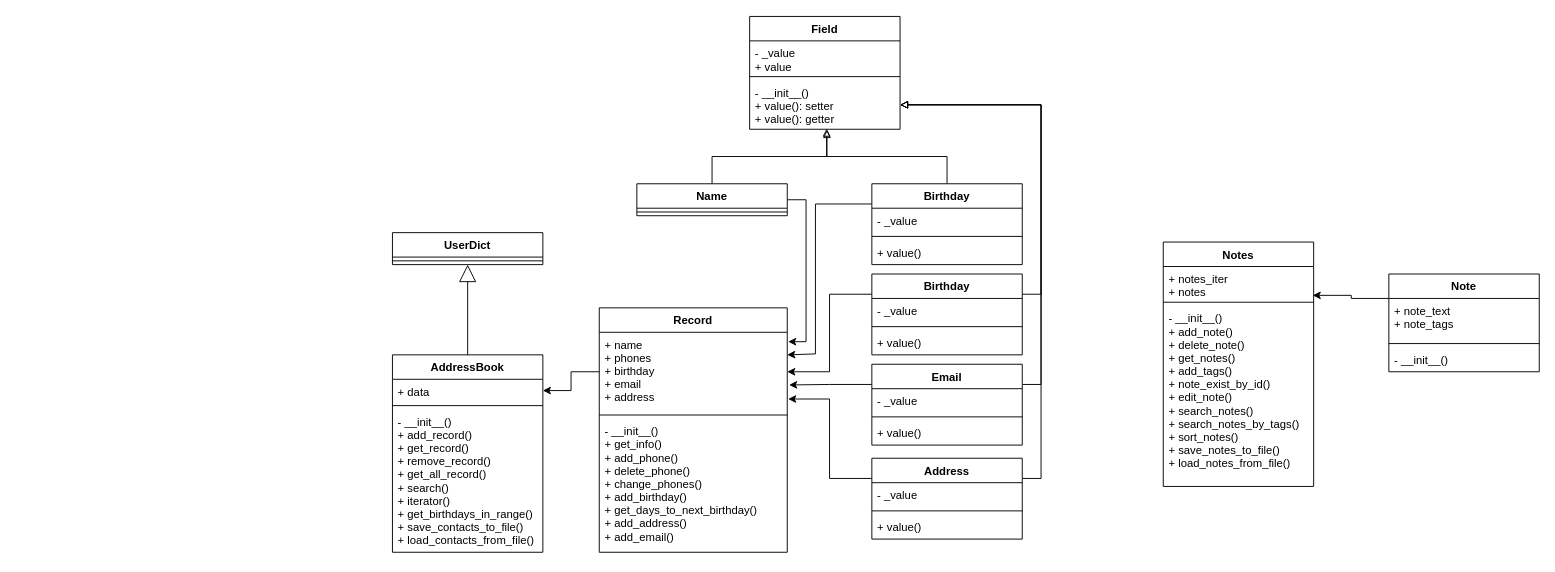
Earlier version of the draw.io diagram src/Диаграмма без названия.drawio (FyodorSh/GoIT_PyCore_Project). Source tidied: cells renumbered, new cells numbered last; positions are measured from the earlier drawing's top-left corner, leaving out a move shared by most shapes. Both pictures are drawn from the tidied source at 94%, with x=0, y=0 at pixel (392, 16).
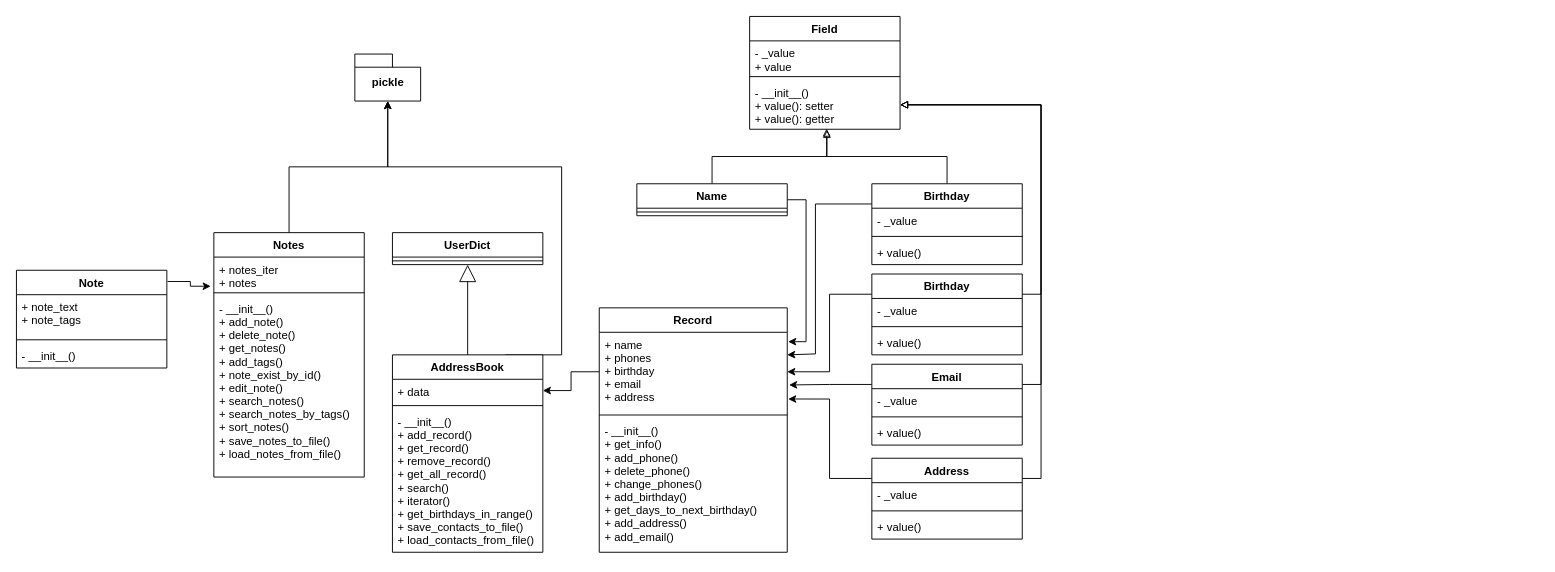
After the change.

The change refers to these unchanged cells:
```xml
<mxCell id="2" value="AddressBook" style="swimlane;fontStyle=1;align=center;verticalAlign=top;horizontal=1;startSize=26;" parent="1" vertex="1">
  <mxGeometry y="360" width="160" height="210" as="geometry" />
</mxCell>
<mxCell id="52" value="+ notes_iter&#10;+ notes" style="text;strokeColor=none;fillColor=none;align=left;verticalAlign=top;spacingLeft=4;spacingRight=4;overflow=hidden;points=[[0,0.5],[1,0.5]];portConstraint=eastwest;" parent="51" vertex="1">
  <mxGeometry y="26" width="160" height="34" as="geometry" />
</mxCell>
```

The edit, as a diff of the source:
```diff
@@
+    <mxCell id="55" style="edgeStyle=orthogonalEdgeStyle;rounded=0;jettySize=auto;html=1;exitX=0.75;exitY=0;exitDx=0;exitDy=0;entryX=0.5;entryY=1;entryDx=0;entryDy=0;entryPerimeter=0;endArrow=classic;endFill=1;" parent="1" edge="1" source="2" target="57">
+      <mxGeometry relative="1" as="geometry">
+        <Array as="points">
+          <mxPoint x="180" y="360" />
+          <mxPoint x="180" y="160" />
+          <mxPoint x="-5" y="160" />
+        </Array>
+      </mxGeometry>
+    </mxCell>
@@
-    <mxCell id="46" style="edgeStyle=orthogonalEdgeStyle;rounded=0;jettySize=auto;html=1;exitX=0;exitY=0.25;exitDx=0;exitDy=0;entryX=0.994;entryY=0.903;entryDx=0;entryDy=0;entryPerimeter=0;endArrow=classic;endFill=1;" parent="1" edge="1" source="47" target="52">
+    <mxCell id="46" style="edgeStyle=orthogonalEdgeStyle;rounded=0;jettySize=auto;html=1;exitX=1.005;exitY=0.115;exitDx=0;exitDy=0;entryX=-0.021;entryY=0.912;entryDx=0;entryDy=0;entryPerimeter=0;endArrow=classic;endFill=1;exitPerimeter=0;" parent="1" edge="1" source="47" target="52">
       <mxGeometry relative="1" as="geometry" />
     </mxCell>
     <mxCell id="47" value="Note" style="swimlane;fontStyle=1;align=center;verticalAlign=top;horizontal=1;startSize=26;" parent="1" vertex="1">
-      <mxGeometry x="1060" y="274" width="160" height="104" as="geometry" />
+      <mxGeometry x="-400" y="270" width="160" height="104" as="geometry" />
     </mxCell>
@@
+    <mxCell id="56" style="edgeStyle=orthogonalEdgeStyle;rounded=0;jettySize=auto;html=1;endArrow=classic;endFill=1;" parent="1" edge="1" source="51" target="57">
+      <mxGeometry relative="1" as="geometry" />
+    </mxCell>
     <mxCell id="51" value="Notes" style="swimlane;fontStyle=1;align=center;verticalAlign=top;horizontal=1;startSize=26;" parent="1" vertex="1">
-      <mxGeometry x="820" y="240" width="160" height="260" as="geometry" />
+      <mxGeometry x="-190" y="230" width="160" height="260" as="geometry" />
     </mxCell>
@@
+    <mxCell id="57" value="pickle" style="shape=folder;fontStyle=1;spacingTop=10;tabWidth=40;tabHeight=14;tabPosition=left;html=1;" parent="1" vertex="1">
+      <mxGeometry x="-40" y="40" width="70" height="50" as="geometry" />
+    </mxCell>
```
